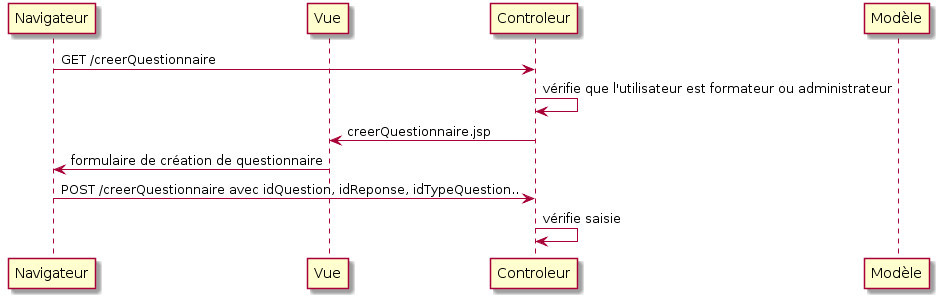
The PlantUML diagram doc/DiagrammeSequenceQuestionnaire.png in michel-plasse/SIOMassy2020, before a commit.
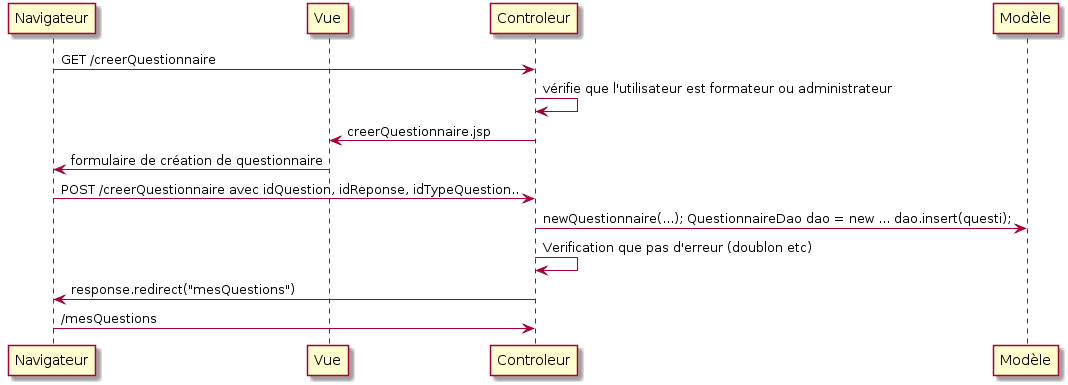
Above is the later version.

Diff of the diagram source:
```diff
@@ -7,7 +7,11 @@
 Controleur -> Vue: creerQuestionnaire.jsp
 
 participant Modèle
+
 Vue -> Navigateur: formulaire de création de questionnaire
 Navigateur -> Controleur: POST /creerQuestionnaire avec idQuestion, idReponse, idTypeQuestion..
-Controleur -> Controleur: vérifie saisie
+Controleur -> Modèle : newQuestionnaire(...); QuestionnaireDao dao = new ... dao.insert(questi);
+Controleur -> Controleur : Verification que pas d'erreur (doublon etc)
+Controleur -> Navigateur : response.redirect("mesQuestions")
+Navigateur -> Controleur : /mesQuestions
 @enduml
```
